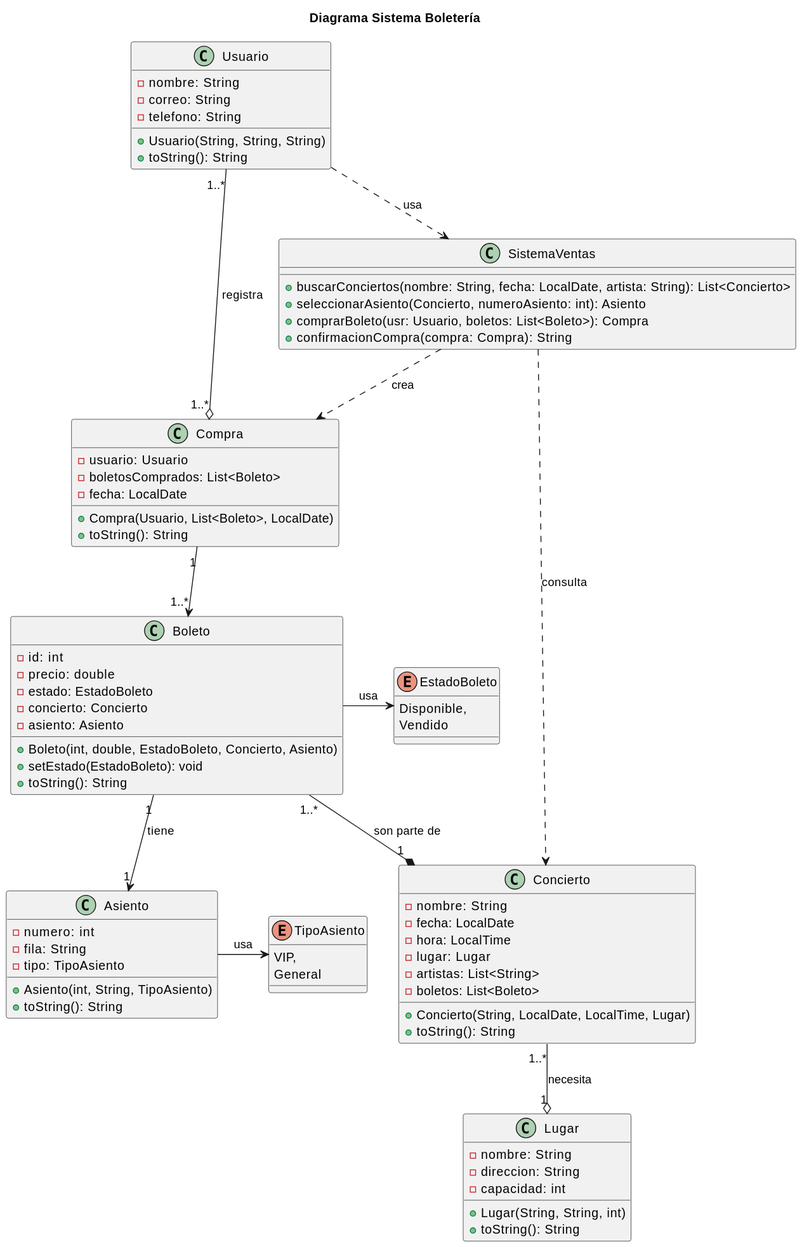
Above: out/Lab2/diagrama/Diagrama 2.svg in KuilmerHC/Fundamentos (PlantUML), before the change.
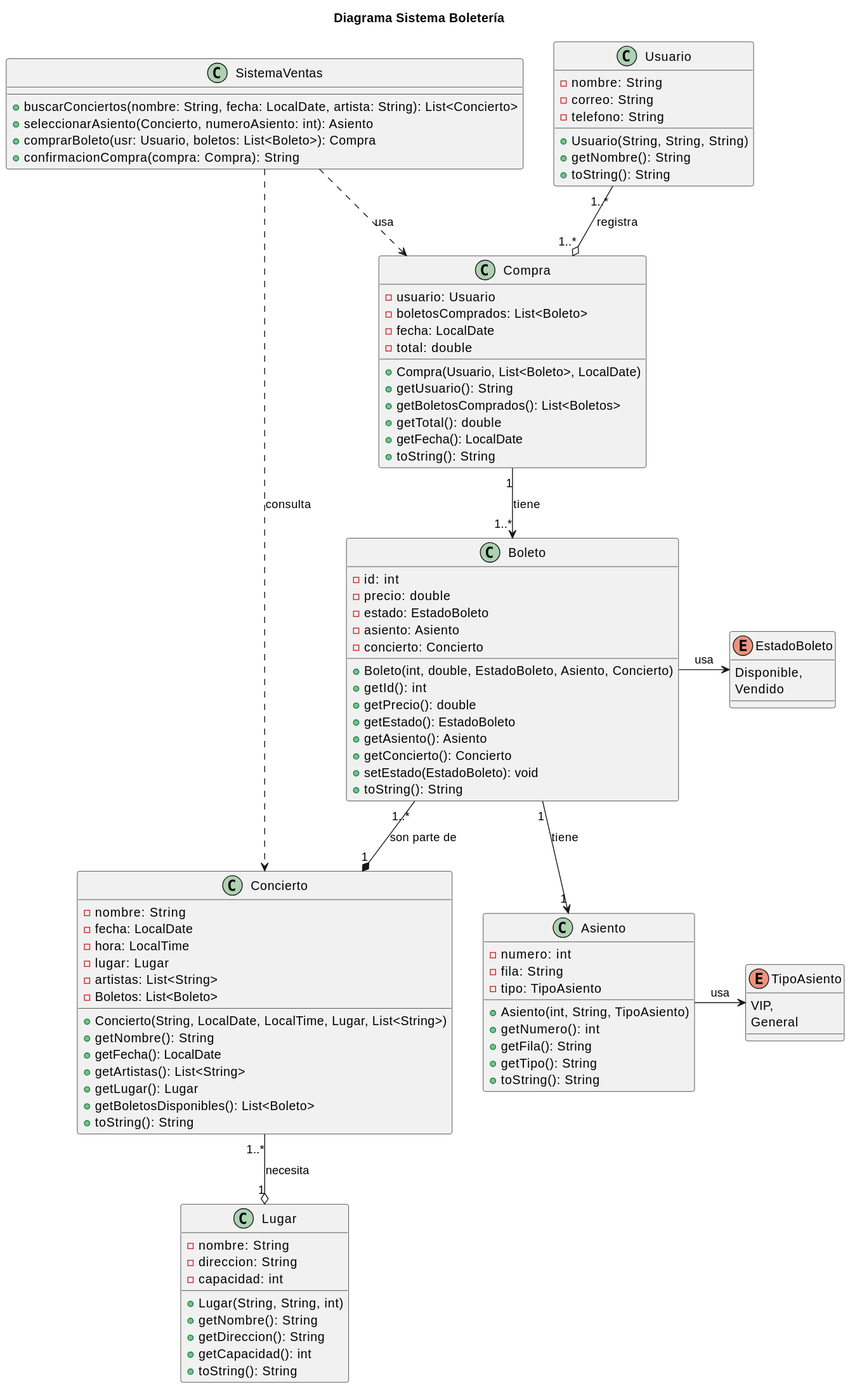
After the commit.

Diff of the diagram source:
```diff
@@ -6,6 +6,7 @@
     -correo: String
     -telefono: String
     +Usuario(String, String, String)
+    +getNombre(): String
     +toString(): String
 }
 
@@ -15,8 +16,34 @@
     -hora: LocalTime
     -lugar: Lugar
     -artistas: List<String>
-    -boletos: List<Boleto>
-    +Concierto(String, LocalDate, LocalTime, Lugar)
+    -Boletos: List<Boleto>
+    +Concierto(String, LocalDate, LocalTime, Lugar, List<String>)
+    +getNombre(): String
+    +getFecha(): LocalDate
+    +getArtistas(): List<String>
+    +getLugar(): Lugar
+    +getBoletosDisponibles(): List<Boleto>
+    +toString(): String
+}
+
+enum EstadoBoleto{
+    Disponible,
+    Vendido
+}
+
+class Boleto{
+    -id: int
+    -precio: double
+    -estado: EstadoBoleto
+    -asiento: Asiento
+    -concierto: Concierto
+    +Boleto(int, double, EstadoBoleto, Asiento, Concierto)
+    +getId(): int
+    +getPrecio(): double
+    +getEstado(): EstadoBoleto
+    +getAsiento(): Asiento
+    +getConcierto(): Concierto
+    +setEstado(EstadoBoleto): void
     +toString(): String
 }
 
@@ -25,6 +52,9 @@
     -direccion: String
     -capacidad: int
     +Lugar(String, String, int)
+    +getNombre(): String
+    +getDireccion(): String
+    +getCapacidad(): int
     +toString(): String
 }
 
@@ -38,30 +68,23 @@
     -fila: String
     -tipo: TipoAsiento
     +Asiento(int, String, TipoAsiento)
+    +getNumero(): int
+    +getFila(): String
+    +getTipo(): String
     +toString(): String
 }
 
-enum EstadoBoleto{
-    Disponible,
-    Vendido
-}
-
-class Boleto{
-    -id: int
-    -precio: double
-    -estado: EstadoBoleto
-    -concierto: Concierto
-    -asiento: Asiento
-    +Boleto(int, double, EstadoBoleto, Concierto, Asiento)
-    +setEstado(EstadoBoleto): void
-    +toString(): String
-}
 
 class Compra{
     -usuario: Usuario
     -boletosComprados: List<Boleto>
     -fecha: LocalDate
+    -total: double
     +Compra(Usuario, List<Boleto>, LocalDate)
+    +getUsuario(): String
+    +getBoletosComprados(): List<Boletos>
+    +getTotal(): double
+    +getFecha(): LocalDate
     +toString(): String
 }
 
@@ -76,12 +99,11 @@
 Asiento -> TipoAsiento: usa
 
 
-Usuario ..> SistemaVentas: usa
-SistemaVentas ..> Compra: crea
+SistemaVentas ..> Compra: usa
 SistemaVentas ..> Concierto: consulta
 
 Usuario "1..*" --o "1..*" Compra: registra
-Compra "1" --> "1..*" Boleto
+Compra "1" --> "1..*" Boleto: tiene
 Boleto "1..*" --* "1" Concierto: son parte de
 Concierto "1..*" --o "1" Lugar: necesita
 Boleto "1" --> "1" Asiento: tiene
```
